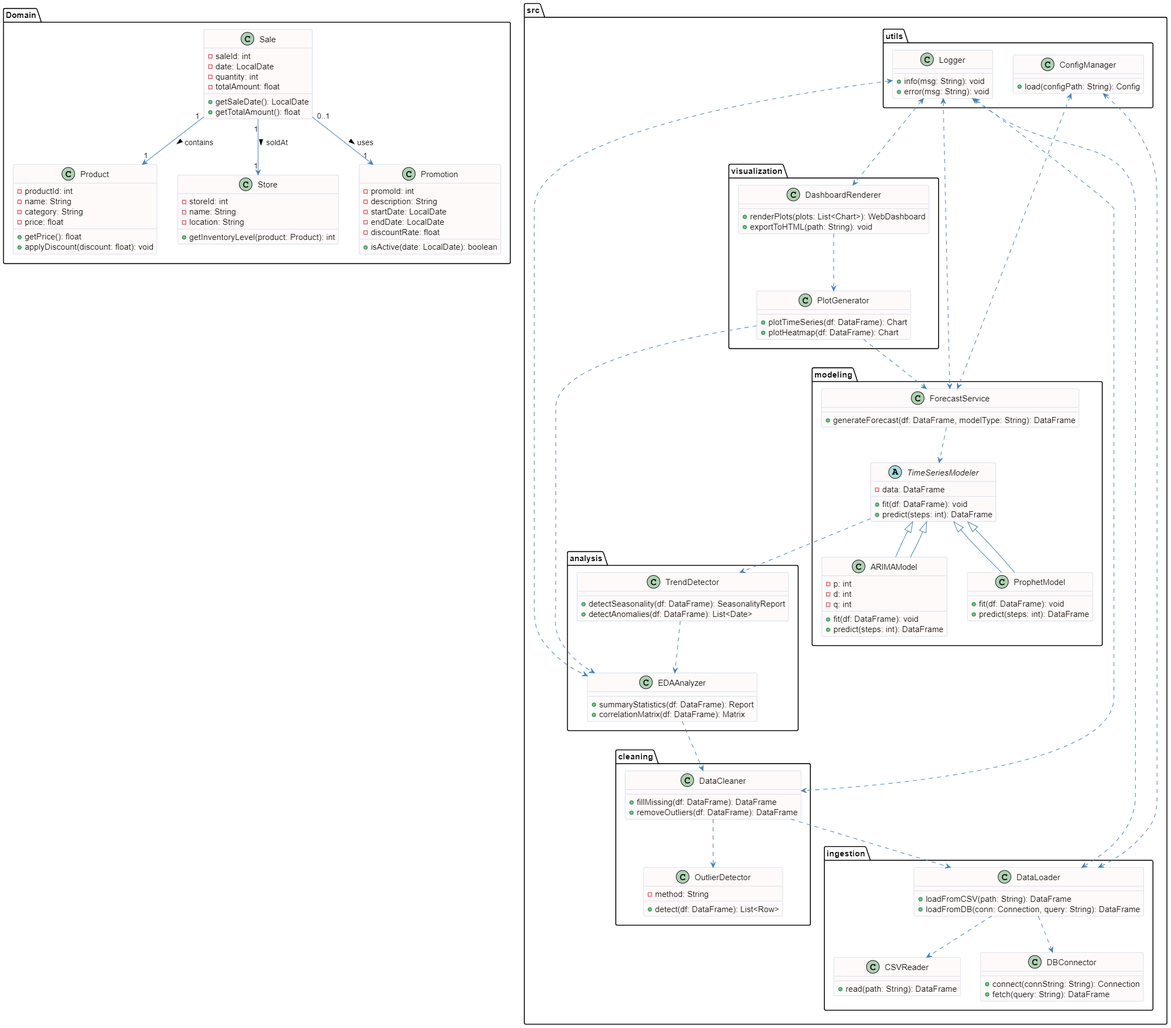
This is docs/images/class_diagram.png from Ares-Infenus/Retail_Sales_Trend_Analysis, a PlantUML export, as it was before one commit. Its source is kept beside it as docs/diagrams/class_diagram.puml.
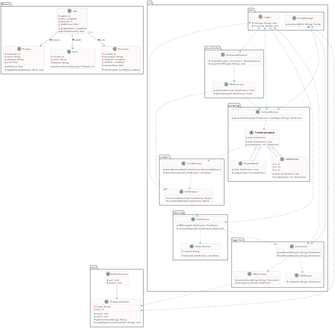
After the commit.

The edit, as a diff of the source:
```diff
@@ -40,8 +40,8 @@
   }
 }
 
-Sale "1" --> "1" Product : contains >
-Sale "1" --> "1" Store   : soldAt >
+Sale "1" --> "1" Product    : contains >
+Sale "1" --> "1" Store      : soldAt >
 Sale "0..1" --> "1" Promotion : uses >
 
 package "src.ingestion" {
@@ -54,7 +54,7 @@
   }
   class DataLoader {
     + loadFromCSV(path: String): DataFrame
-    + loadFromDB(conn: Connection, query: String): DataFrame
+    + loadFromDB(query: String): DataFrame
   }
 }
 DataLoader ..> CSVReader
@@ -143,4 +143,22 @@
 ConfigManager <..> DataLoader
 ConfigManager <..> ForecastService
 
+package "infra" {
+  class DockerCompose {
+    + up(): void
+    + down(): void
+  }
+  class PostgresContainer {
+    - image: String
+    - port: int
+    + start(): void
+    + stop(): void
+    + getConnectionString(): String
+    + applyMigrations(schemaPath: String): void
+  }
+}
+DockerCompose --> PostgresContainer
+DBConnector ..> PostgresContainer
+ConfigManager <..> PostgresContainer
+
 @enduml
```
